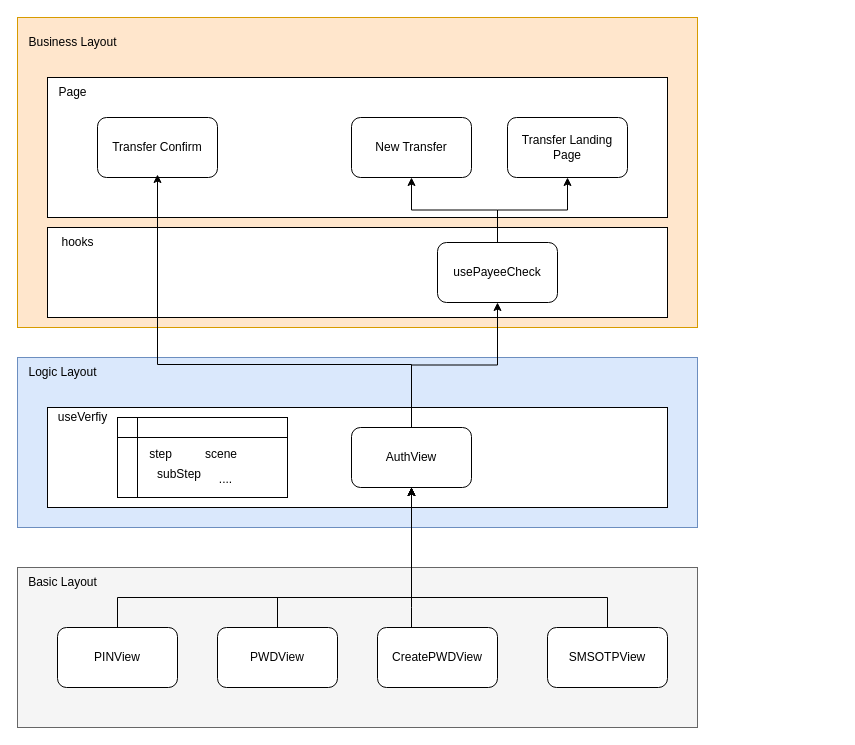
This is Transfer/转账认证内部架构.drawio from RexYao97/sfrex, a draw.io file, before an edit. Source tidied: cells renumbered, new cells numbered last; positions are measured from the earlier drawing's top-left corner, leaving out a move shared by most shapes. Both pictures are drawn from the tidied source at 100%, with x=0, y=0 at pixel (17, 17).
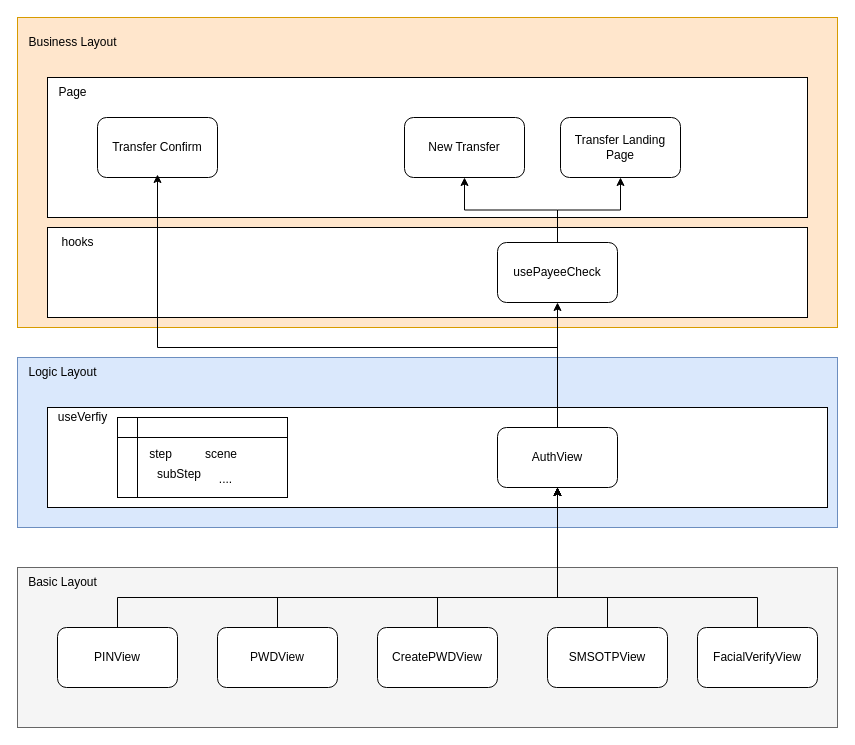
The same diagram, later.

Commit message:
更新转账认证内部架构.drawio

Unchanged cells that the change refers to:
```xml
<mxCell id="22" value="PINView" style="rounded=1;whiteSpace=wrap;html=1;" parent="1" vertex="1">
  <mxGeometry x="40" y="610" width="120" height="60" as="geometry" />
</mxCell>
<mxCell id="24" value="PWDView" style="rounded=1;whiteSpace=wrap;html=1;" parent="1" vertex="1">
  <mxGeometry x="200" y="610" width="120" height="60" as="geometry" />
</mxCell>
<mxCell id="26" value="CreatePWDView" style="rounded=1;whiteSpace=wrap;html=1;" parent="1" vertex="1">
  <mxGeometry x="360" y="610" width="120" height="60" as="geometry" />
</mxCell>
<mxCell id="28" value="SMSOTPView" style="rounded=1;whiteSpace=wrap;html=1;" parent="1" vertex="1">
  <mxGeometry x="530" y="610" width="120" height="60" as="geometry" />
</mxCell>
```

The edit, as a diff of the source:
```diff
@@
     <mxCell id="2" style="rounded=0;whiteSpace=wrap;html=1;fillColor=#dae8fc;strokeColor=#6c8ebf;" parent="1" vertex="1">
-      <mxGeometry y="340" width="680" height="170" as="geometry" />
+      <mxGeometry y="340" width="820" height="170" as="geometry" />
     </mxCell>
     <mxCell id="3" style="rounded=0;whiteSpace=wrap;html=1;fillColor=#ffe6cc;strokeColor=#d79b00;" parent="1" vertex="1">
-      <mxGeometry width="680" height="310" as="geometry" />
+      <mxGeometry width="820" height="310" as="geometry" />
     </mxCell>
     <mxCell id="4" style="rounded=0;whiteSpace=wrap;html=1;" parent="1" vertex="1">
-      <mxGeometry x="30" y="60" width="620" height="140" as="geometry" />
+      <mxGeometry x="30" y="60" width="760" height="140" as="geometry" />
     </mxCell>
@@
     <mxCell id="7" value="New Transfer" style="rounded=1;whiteSpace=wrap;html=1;fontFamily=Helvetica;fontSize=12;fontColor=default;align=center;strokeColor=default;fillColor=default;" parent="1" vertex="1">
-      <mxGeometry x="334" y="100" width="120" height="60" as="geometry" />
+      <mxGeometry x="387" y="100" width="120" height="60" as="geometry" />
     </mxCell>
     <mxCell id="8" style="rounded=0;whiteSpace=wrap;html=1;" parent="1" vertex="1">
-      <mxGeometry x="30" y="390" width="620" height="100" as="geometry" />
+      <mxGeometry x="30" y="390" width="780" height="100" as="geometry" />
     </mxCell>
     <mxCell id="9" value="AuthView" style="rounded=1;whiteSpace=wrap;html=1;" parent="1" vertex="1">
-      <mxGeometry x="334" y="410" width="120" height="60" as="geometry" />
+      <mxGeometry x="480" y="410" width="120" height="60" as="geometry" />
     </mxCell>
@@
     <mxCell id="13" style="rounded=0;whiteSpace=wrap;html=1;fillColor=#f5f5f5;fontColor=#333333;strokeColor=#666666;" parent="1" vertex="1">
-      <mxGeometry y="550" width="680" height="160" as="geometry" />
+      <mxGeometry y="550" width="820" height="160" as="geometry" />
     </mxCell>
@@
     <mxCell id="21" style="edgeStyle=orthogonalEdgeStyle;rounded=0;jettySize=auto;html=1;" parent="1" edge="1" source="22" target="9">
       <mxGeometry relative="1" as="geometry">
         <Array as="points">
           <mxPoint x="100" y="580" />
-          <mxPoint x="394" y="580" />
+          <mxPoint x="540" y="580" />
         </Array>
       </mxGeometry>
     </mxCell>
@@
     <mxCell id="23" style="edgeStyle=orthogonalEdgeStyle;rounded=0;jettySize=auto;html=1;entryX=0.5;entryY=1;entryDx=0;entryDy=0;" parent="1" edge="1" source="24" target="9">
       <mxGeometry relative="1" as="geometry">
         <Array as="points">
           <mxPoint x="260" y="580" />
-          <mxPoint x="394" y="580" />
+          <mxPoint x="540" y="580" />
         </Array>
       </mxGeometry>
     </mxCell>
@@
     <mxCell id="25" style="edgeStyle=orthogonalEdgeStyle;rounded=0;jettySize=auto;html=1;" parent="1" edge="1" source="26" target="9">
       <mxGeometry relative="1" as="geometry">
         <Array as="points">
-          <mxPoint x="394" y="590" />
-          <mxPoint x="394" y="590" />
+          <mxPoint x="420" y="580" />
+          <mxPoint x="540" y="580" />
         </Array>
       </mxGeometry>
     </mxCell>
@@
     <mxCell id="27" style="edgeStyle=orthogonalEdgeStyle;rounded=0;jettySize=auto;html=1;entryX=0.5;entryY=1;entryDx=0;entryDy=0;" parent="1" edge="1" source="28" target="9">
       <mxGeometry relative="1" as="geometry">
         <Array as="points">
           <mxPoint x="590" y="580" />
-          <mxPoint x="394" y="580" />
+          <mxPoint x="540" y="580" />
         </Array>
       </mxGeometry>
     </mxCell>
@@
     <mxCell id="29" value="Transfer Landing Page" style="rounded=1;whiteSpace=wrap;html=1;fontFamily=Helvetica;fontSize=12;fontColor=default;align=center;strokeColor=default;fillColor=default;" parent="1" vertex="1">
-      <mxGeometry x="490" y="100" width="120" height="60" as="geometry" />
+      <mxGeometry x="543" y="100" width="120" height="60" as="geometry" />
     </mxCell>
     <mxCell id="30" style="rounded=0;whiteSpace=wrap;html=1;" parent="1" vertex="1">
-      <mxGeometry x="30" y="210" width="620" height="90" as="geometry" />
+      <mxGeometry x="30" y="210" width="760" height="90" as="geometry" />
     </mxCell>
@@
     <mxCell id="33" value="usePayeeCheck" style="rounded=1;whiteSpace=wrap;html=1;fontFamily=Helvetica;fontSize=12;fontColor=default;align=center;strokeColor=default;fillColor=default;" parent="1" vertex="1">
-      <mxGeometry x="420" y="225" width="120" height="60" as="geometry" />
+      <mxGeometry x="480" y="225" width="120" height="60" as="geometry" />
     </mxCell>
-    <mxCell id="34" style="edgeStyle=orthogonalEdgeStyle;rounded=0;orthogonalLoop=1;jettySize=auto;html=1;entryX=0.5;entryY=1;entryDx=0;entryDy=0;" parent="1" edge="1">
+    <mxCell id="34" style="edgeStyle=orthogonalEdgeStyle;rounded=0;jettySize=auto;html=1;entryX=0.5;entryY=1;entryDx=0;entryDy=0;exitX=0.5;exitY=0;exitDx=0;exitDy=0;" parent="1" edge="1" source="9">
       <mxGeometry relative="1" as="geometry">
-        <mxPoint x="394" y="407" as="sourcePoint" />
         <mxPoint x="140" y="157" as="targetPoint" />
         <Array as="points">
-          <mxPoint x="394" y="347" />
-          <mxPoint x="140" y="347" />
+          <mxPoint x="540" y="330" />
+          <mxPoint x="140" y="330" />
         </Array>
       </mxGeometry>
     </mxCell>
@@
+    <mxCell id="37" style="edgeStyle=orthogonalEdgeStyle;rounded=0;jettySize=auto;html=1;entryX=0.5;entryY=1;entryDx=0;entryDy=0;" parent="1" edge="1" source="38" target="9">
+      <mxGeometry relative="1" as="geometry">
+        <Array as="points">
+          <mxPoint x="740" y="580" />
+          <mxPoint x="540" y="580" />
+        </Array>
+      </mxGeometry>
+    </mxCell>
+    <mxCell id="38" value="FacialVerifyView" style="rounded=1;whiteSpace=wrap;html=1;" parent="1" vertex="1">
+      <mxGeometry x="680" y="610" width="120" height="60" as="geometry" />
+    </mxCell>
```
